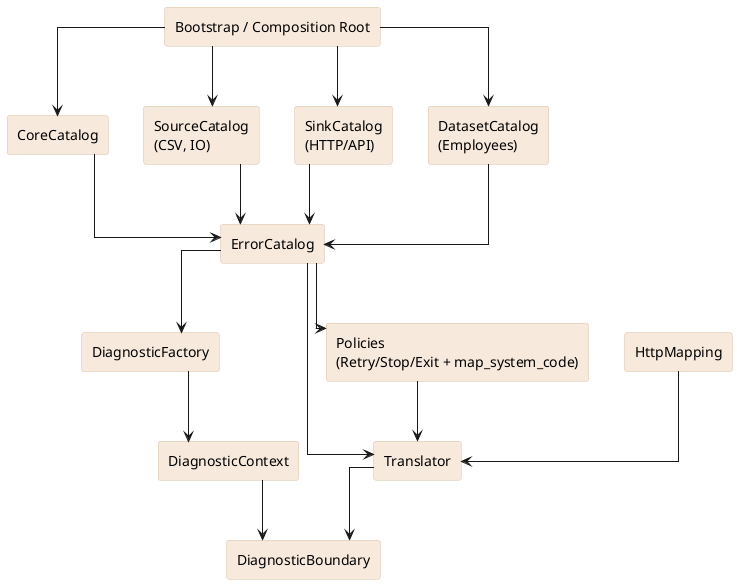
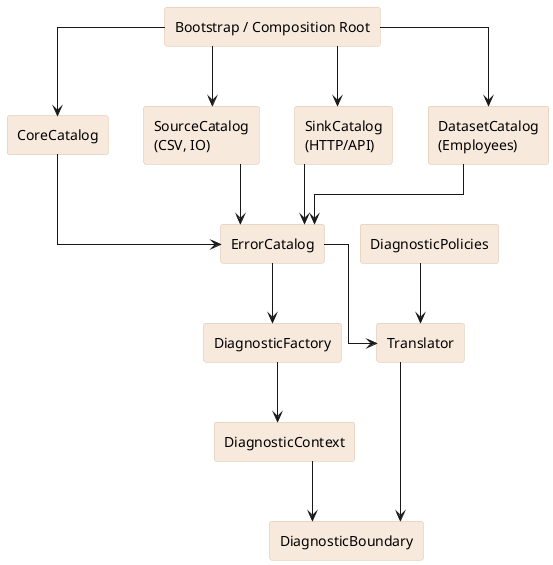
@startuml
set namespaceSeparator none
skinparam componentStyle rectangle
skinparam backgroundColor white
skinparam linetype ortho
skinparam defaultFontName Arial
skinparam component {
  BackgroundColor #f7e9dc
  BorderColor #d9c2a8
}

component "Bootstrap / Composition Root" as boot

component "CoreCatalog" as core
component "SourceCatalog\n(CSV, IO)" as src
component "SinkCatalog\n(HTTP/API)" as sink
component "DatasetCatalog\n(Employees)" as emp

component "ErrorCatalog" as catalog
component "DiagnosticFactory" as factory
component "DiagnosticContext" as ctx
component "Translator" as translator
- component "HttpMapping" as httpmap
- component "Policies\n(Retry/Stop/Exit + map_system_code)" as policy
+ component "DiagnosticPolicies" as policy
component "DiagnosticBoundary" as boundary

boot --> core
boot --> src
boot --> sink
boot --> emp

core --> catalog
src --> catalog
sink --> catalog
emp --> catalog

catalog --> factory
factory --> ctx
catalog --> translator
- httpmap --> translator
- catalog --> policy
policy --> translator

translator --> boundary
ctx --> boundary
@enduml
